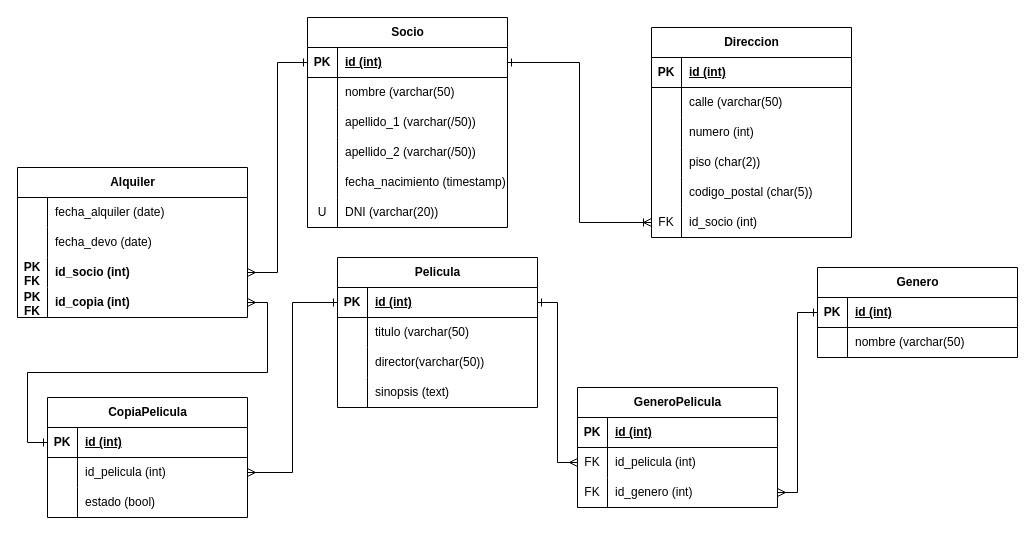
Above: Diagrama sin título.drawio in virgulilla/kc-modelado-sql (draw.io), before the change. Source tidied: cells renumbered, new cells numbered last; positions are measured from the earlier drawing's top-left corner, leaving out a move shared by most shapes. Both pictures are drawn from the tidied source at 100%, with x=0, y=0 at pixel (17, 17).
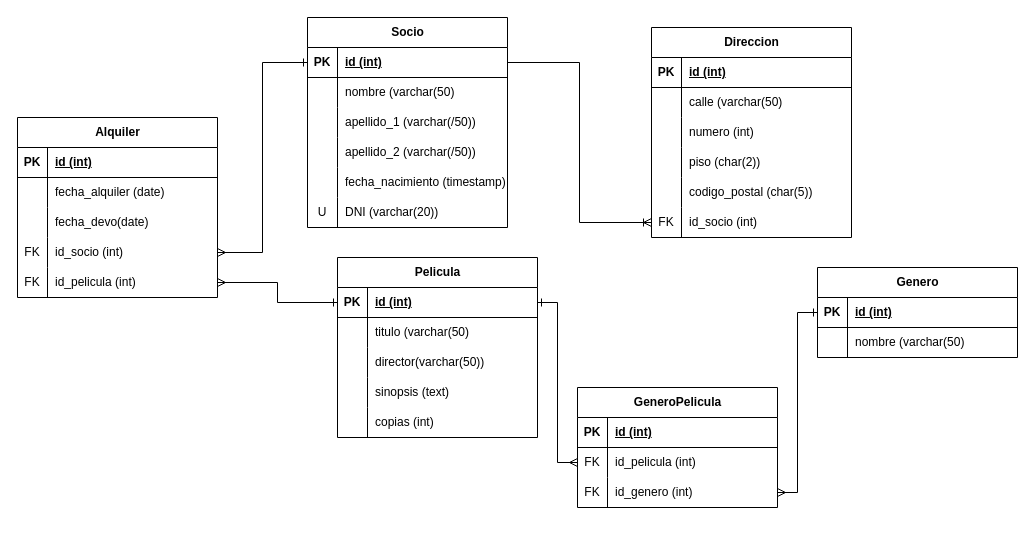
The same page after the edit.

Unchanged cells that the change refers to:
```xml
<mxCell id="3" style="shape=tableRow;horizontal=0;startSize=0;swimlaneHead=0;swimlaneBody=0;fillColor=none;points=[[0,0.5],[1,0.5]];portConstraint=eastwest;top=0;left=0;right=0;bottom=1;" parent="2" vertex="1">
  <mxGeometry y="30" width="200" height="30" as="geometry" />
</mxCell>
<mxCell id="37" style="shape=tableRow;horizontal=0;startSize=0;swimlaneHead=0;swimlaneBody=0;fillColor=none;points=[[0,0.5],[1,0.5]];portConstraint=eastwest;top=0;left=0;right=0;bottom=0;" parent="21" vertex="1">
  <mxGeometry y="180" width="200" height="30" as="geometry" />
</mxCell>
<mxCell id="42" style="shape=tableRow;horizontal=0;startSize=0;swimlaneHead=0;swimlaneBody=0;fillColor=none;points=[[0,0.5],[1,0.5]];portConstraint=eastwest;top=0;left=0;right=0;bottom=1;" parent="41" vertex="1">
  <mxGeometry y="30" width="200" height="30" as="geometry" />
</mxCell>
```

Diff of the diagram source:
```diff
@@
-    <mxCell id="40" style="edgeStyle=orthogonalEdgeStyle;rounded=0;jettySize=auto;html=1;endArrow=ERoneToMany;endFill=0;startArrow=ERone;startFill=0;" parent="1" edge="1" source="3" target="37">
+    <mxCell id="40" style="edgeStyle=orthogonalEdgeStyle;rounded=0;jettySize=auto;html=1;endArrow=ERoneToMany;endFill=0;startArrow=none;startFill=0;" parent="1" edge="1" source="3" target="37">
       <mxGeometry relative="1" as="geometry" />
     </mxCell>
     <mxCell id="41" value="Pelicula" style="shape=table;startSize=30;childLayout=tableLayout;rowLines=0;fontStyle=1;align=center;html=1;" parent="1" vertex="1">
-      <mxGeometry x="320" y="240" width="200" height="150" as="geometry" />
+      <mxGeometry x="320" y="240" width="200" height="180" as="geometry" />
     </mxCell>
@@
+    <mxCell id="99" style="shape=tableRow;horizontal=0;startSize=0;swimlaneHead=0;swimlaneBody=0;fillColor=none;top=0;left=0;right=0;bottom=0;" parent="41" vertex="1">
+      <mxGeometry y="150" width="200" height="30" as="geometry" />
+    </mxCell>
+    <mxCell id="100" style="shape=partialRectangle;fillColor=none;top=0;left=0;bottom=0;right=0;overflow=hidden;whiteSpace=wrap;html=1;" parent="99" vertex="1">
+      <mxGeometry width="30" height="30" as="geometry" />
+    </mxCell>
+    <mxCell id="101" value="copias (int)" style="shape=partialRectangle;fillColor=none;top=0;left=0;bottom=0;right=0;align=left;spacingLeft=6;overflow=hidden;whiteSpace=wrap;html=1;" parent="99" vertex="1">
+      <mxGeometry x="30" width="170" height="30" as="geometry" />
+    </mxCell>
@@
-    <mxCell id="73" value="Alquiler" style="shape=table;startSize=30;childLayout=tableLayout;rowLines=0;fontStyle=1;align=center;html=1;" parent="1" vertex="1">
-      <mxGeometry y="150" width="230" height="150" as="geometry" />
-    </mxCell>
-    <mxCell id="74" style="shape=tableRow;horizontal=0;startSize=0;swimlaneHead=0;swimlaneBody=0;fillColor=none;top=0;left=0;right=0;bottom=0;" parent="73" vertex="1">
-      <mxGeometry y="30" width="230" height="30" as="geometry" />
-    </mxCell>
-    <mxCell id="75" style="shape=partialRectangle;fillColor=none;top=0;left=0;bottom=0;right=0;overflow=hidden;whiteSpace=wrap;html=1;" parent="74" vertex="1">
-      <mxGeometry width="30" height="30" as="geometry" />
-    </mxCell>
-    <mxCell id="76" value="fecha_alquiler (date)" style="shape=partialRectangle;fillColor=none;top=0;left=0;bottom=0;right=0;align=left;spacingLeft=6;overflow=hidden;whiteSpace=wrap;html=1;" parent="74" vertex="1">
-      <mxGeometry x="30" width="200" height="30" as="geometry" />
-    </mxCell>
-    <mxCell id="77" style="shape=tableRow;horizontal=0;startSize=0;swimlaneHead=0;swimlaneBody=0;fillColor=none;top=0;left=0;right=0;bottom=0;" parent="73" vertex="1">
-      <mxGeometry y="60" width="230" height="30" as="geometry" />
-    </mxCell>
-    <mxCell id="78" style="shape=partialRectangle;fillColor=none;top=0;left=0;bottom=0;right=0;overflow=hidden;whiteSpace=wrap;html=1;" parent="77" vertex="1">
-      <mxGeometry width="30" height="30" as="geometry" />
-    </mxCell>
-    <mxCell id="79" value="fecha_devo (date)" style="shape=partialRectangle;fillColor=none;top=0;left=0;bottom=0;right=0;align=left;spacingLeft=6;overflow=hidden;whiteSpace=wrap;html=1;" parent="77" vertex="1">
-      <mxGeometry x="30" width="200" height="30" as="geometry" />
-    </mxCell>
-    <mxCell id="80" style="shape=tableRow;horizontal=0;startSize=0;swimlaneHead=0;swimlaneBody=0;fillColor=none;points=[[0,0.5],[1,0.5]];portConstraint=eastwest;top=0;left=0;right=0;bottom=0;" parent="73" vertex="1">
-      <mxGeometry y="90" width="230" height="30" as="geometry" />
-    </mxCell>
-    <mxCell id="81" value="&lt;b&gt;PK FK&lt;/b&gt;" style="shape=partialRectangle;fillColor=none;top=0;left=0;bottom=0;right=0;overflow=hidden;whiteSpace=wrap;html=1;" parent="80" vertex="1">
-      <mxGeometry width="30" height="30" as="geometry" />
-    </mxCell>
-    <mxCell id="82" value="&lt;b&gt;id_socio (int)&lt;/b&gt;" style="shape=partialRectangle;fillColor=none;top=0;left=0;bottom=0;right=0;align=left;spacingLeft=6;overflow=hidden;whiteSpace=wrap;html=1;" parent="80" vertex="1">
-      <mxGeometry x="30" width="200" height="30" as="geometry" />
-    </mxCell>
-    <mxCell id="83" style="shape=tableRow;horizontal=0;startSize=0;swimlaneHead=0;swimlaneBody=0;fillColor=none;points=[[0,0.5],[1,0.5]];portConstraint=eastwest;top=0;left=0;right=0;bottom=0;" parent="73" vertex="1">
-      <mxGeometry y="120" width="230" height="30" as="geometry" />
-    </mxCell>
-    <mxCell id="84" value="&lt;b&gt;PK FK&lt;/b&gt;" style="shape=partialRectangle;fillColor=none;top=0;left=0;bottom=0;right=0;overflow=hidden;whiteSpace=wrap;html=1;" parent="83" vertex="1">
-      <mxGeometry width="30" height="30" as="geometry" />
-    </mxCell>
-    <mxCell id="85" value="&lt;b&gt;id_copia (int)&lt;/b&gt;" style="shape=partialRectangle;fillColor=none;top=0;left=0;bottom=0;right=0;align=left;spacingLeft=6;overflow=hidden;whiteSpace=wrap;html=1;" parent="83" vertex="1">
-      <mxGeometry x="30" width="200" height="30" as="geometry" />
-    </mxCell>
-    <mxCell id="86" style="edgeStyle=orthogonalEdgeStyle;rounded=0;jettySize=auto;html=1;startArrow=ERone;startFill=0;endArrow=ERmany;endFill=0;" parent="1" edge="1" source="42" target="92">
+    <mxCell id="86" style="edgeStyle=orthogonalEdgeStyle;rounded=0;jettySize=auto;html=1;startArrow=ERone;startFill=0;endArrow=ERmany;endFill=0;" parent="1" edge="1" source="42" target="107">
       <mxGeometry relative="1" as="geometry" />
     </mxCell>
-    <mxCell id="87" style="edgeStyle=orthogonalEdgeStyle;rounded=0;jettySize=auto;html=1;startArrow=ERone;startFill=0;endArrow=ERmany;endFill=0;" parent="1" edge="1" source="3" target="80">
+    <mxCell id="87" style="edgeStyle=orthogonalEdgeStyle;rounded=0;jettySize=auto;html=1;startArrow=ERone;startFill=0;endArrow=ERmany;endFill=0;" parent="1" edge="1" source="3" target="105">
       <mxGeometry relative="1" as="geometry" />
     </mxCell>
-    <mxCell id="88" value="CopiaPelicula" style="shape=table;startSize=30;childLayout=tableLayout;rowLines=0;fontStyle=1;align=center;html=1;" parent="1" vertex="1">
-      <mxGeometry x="30" y="380" width="200" height="120" as="geometry" />
-    </mxCell>
+    <mxCell id="73" value="Alquiler" style="shape=table;startSize=30;childLayout=tableLayout;rowLines=0;fontStyle=1;align=center;html=1;" parent="1" vertex="1">
+      <mxGeometry y="100" width="200" height="180" as="geometry" />
+    </mxCell>
-    <mxCell id="89" style="shape=tableRow;horizontal=0;startSize=0;swimlaneHead=0;swimlaneBody=0;fillColor=none;points=[[0,0.5],[1,0.5]];portConstraint=eastwest;top=0;left=0;right=0;bottom=1;" parent="88" vertex="1">
+    <mxCell id="89" style="shape=tableRow;horizontal=0;startSize=0;swimlaneHead=0;swimlaneBody=0;fillColor=none;points=[[0,0.5],[1,0.5]];portConstraint=eastwest;top=0;left=0;right=0;bottom=1;" parent="73" vertex="1">
       <mxGeometry y="30" width="200" height="30" as="geometry" />
     </mxCell>
@@
-    <mxCell id="92" style="shape=tableRow;horizontal=0;startSize=0;swimlaneHead=0;swimlaneBody=0;fillColor=none;points=[[0,0.5],[1,0.5]];portConstraint=eastwest;top=0;left=0;right=0;bottom=0;" parent="88" vertex="1">
+    <mxCell id="92" style="shape=tableRow;horizontal=0;startSize=0;swimlaneHead=0;swimlaneBody=0;fillColor=none;points=[[0,0.5],[1,0.5]];portConstraint=eastwest;top=0;left=0;right=0;bottom=0;" parent="73" vertex="1">
       <mxGeometry y="60" width="200" height="30" as="geometry" />
     </mxCell>
-    <mxCell id="93" style="shape=partialRectangle;fillColor=none;top=0;left=0;bottom=0;right=0;overflow=hidden;whiteSpace=wrap;html=1;" parent="92" vertex="1">
-      <mxGeometry width="30" height="30" as="geometry" />
-    </mxCell>
+    <mxCell id="102" style="shape=partialRectangle;fillColor=none;top=0;left=0;bottom=0;right=0;overflow=hidden;whiteSpace=wrap;html=1;" parent="92" vertex="1">
+      <mxGeometry width="30" height="30" as="geometry" />
+    </mxCell>
+    <mxCell id="76" value="fecha_alquiler (date)" style="shape=partialRectangle;fillColor=none;top=0;left=0;bottom=0;right=0;align=left;spacingLeft=6;overflow=hidden;whiteSpace=wrap;html=1;" parent="92" vertex="1">
+      <mxGeometry x="30" width="170" height="30" as="geometry" />
+    </mxCell>
+    <mxCell id="95" style="shape=tableRow;horizontal=0;startSize=0;swimlaneHead=0;swimlaneBody=0;fillColor=none;top=0;left=0;right=0;bottom=0;" parent="73" vertex="1">
+      <mxGeometry y="90" width="200" height="30" as="geometry" />
+    </mxCell>
+    <mxCell id="103" style="shape=partialRectangle;fillColor=none;top=0;left=0;bottom=0;right=0;overflow=hidden;whiteSpace=wrap;html=1;" parent="95" vertex="1">
+      <mxGeometry width="30" height="30" as="geometry" />
+    </mxCell>
+    <mxCell id="104" value="fecha_devo(date)" style="shape=partialRectangle;fillColor=none;top=0;left=0;bottom=0;right=0;align=left;spacingLeft=6;overflow=hidden;whiteSpace=wrap;html=1;" parent="95" vertex="1">
+      <mxGeometry x="30" width="170" height="30" as="geometry" />
+    </mxCell>
+    <mxCell id="105" style="shape=tableRow;horizontal=0;startSize=0;swimlaneHead=0;swimlaneBody=0;fillColor=none;points=[[0,0.5],[1,0.5]];portConstraint=eastwest;top=0;left=0;right=0;bottom=0;" parent="73" vertex="1">
+      <mxGeometry y="120" width="200" height="30" as="geometry" />
+    </mxCell>
+    <mxCell id="106" value="FK" style="shape=partialRectangle;fillColor=none;top=0;left=0;bottom=0;right=0;overflow=hidden;whiteSpace=wrap;html=1;" parent="105" vertex="1">
+      <mxGeometry width="30" height="30" as="geometry" />
+    </mxCell>
+    <mxCell id="82" value="id_socio (int)" style="shape=partialRectangle;fillColor=none;top=0;left=0;bottom=0;right=0;align=left;spacingLeft=6;overflow=hidden;whiteSpace=wrap;html=1;" parent="105" vertex="1">
+      <mxGeometry x="30" width="170" height="30" as="geometry" />
+    </mxCell>
+    <mxCell id="107" style="shape=tableRow;horizontal=0;startSize=0;swimlaneHead=0;swimlaneBody=0;fillColor=none;points=[[0,0.5],[1,0.5]];portConstraint=eastwest;top=0;left=0;right=0;bottom=0;" parent="73" vertex="1">
+      <mxGeometry y="150" width="200" height="30" as="geometry" />
+    </mxCell>
+    <mxCell id="108" value="FK" style="shape=partialRectangle;fillColor=none;top=0;left=0;bottom=0;right=0;overflow=hidden;whiteSpace=wrap;html=1;" parent="107" vertex="1">
+      <mxGeometry width="30" height="30" as="geometry" />
+    </mxCell>
-    <mxCell id="94" value="id_pelicula (int)" style="shape=partialRectangle;fillColor=none;top=0;left=0;bottom=0;right=0;align=left;spacingLeft=6;overflow=hidden;whiteSpace=wrap;html=1;" parent="92" vertex="1">
+    <mxCell id="94" value="id_pelicula (int)" style="shape=partialRectangle;fillColor=none;top=0;left=0;bottom=0;right=0;align=left;spacingLeft=6;overflow=hidden;whiteSpace=wrap;html=1;" parent="107" vertex="1">
       <mxGeometry x="30" width="170" height="30" as="geometry" />
     </mxCell>
-    <mxCell id="95" style="shape=tableRow;horizontal=0;startSize=0;swimlaneHead=0;swimlaneBody=0;fillColor=none;top=0;left=0;right=0;bottom=0;" parent="88" vertex="1">
-      <mxGeometry y="90" width="200" height="30" as="geometry" />
-    </mxCell>
-    <mxCell id="96" style="shape=partialRectangle;fillColor=none;top=0;left=0;bottom=0;right=0;overflow=hidden;whiteSpace=wrap;html=1;" parent="95" vertex="1">
-      <mxGeometry width="30" height="30" as="geometry" />
-    </mxCell>
-    <mxCell id="97" value="estado (bool)" style="shape=partialRectangle;fillColor=none;top=0;left=0;bottom=0;right=0;align=left;spacingLeft=6;overflow=hidden;whiteSpace=wrap;html=1;" parent="95" vertex="1">
-      <mxGeometry x="30" width="170" height="30" as="geometry" />
-    </mxCell>
-    <mxCell id="98" style="edgeStyle=orthogonalEdgeStyle;rounded=0;jettySize=auto;html=1;startArrow=ERone;startFill=0;endArrow=ERmany;endFill=0;" parent="1" edge="1" source="89" target="83">
-      <mxGeometry relative="1" as="geometry" />
-    </mxCell>
```
